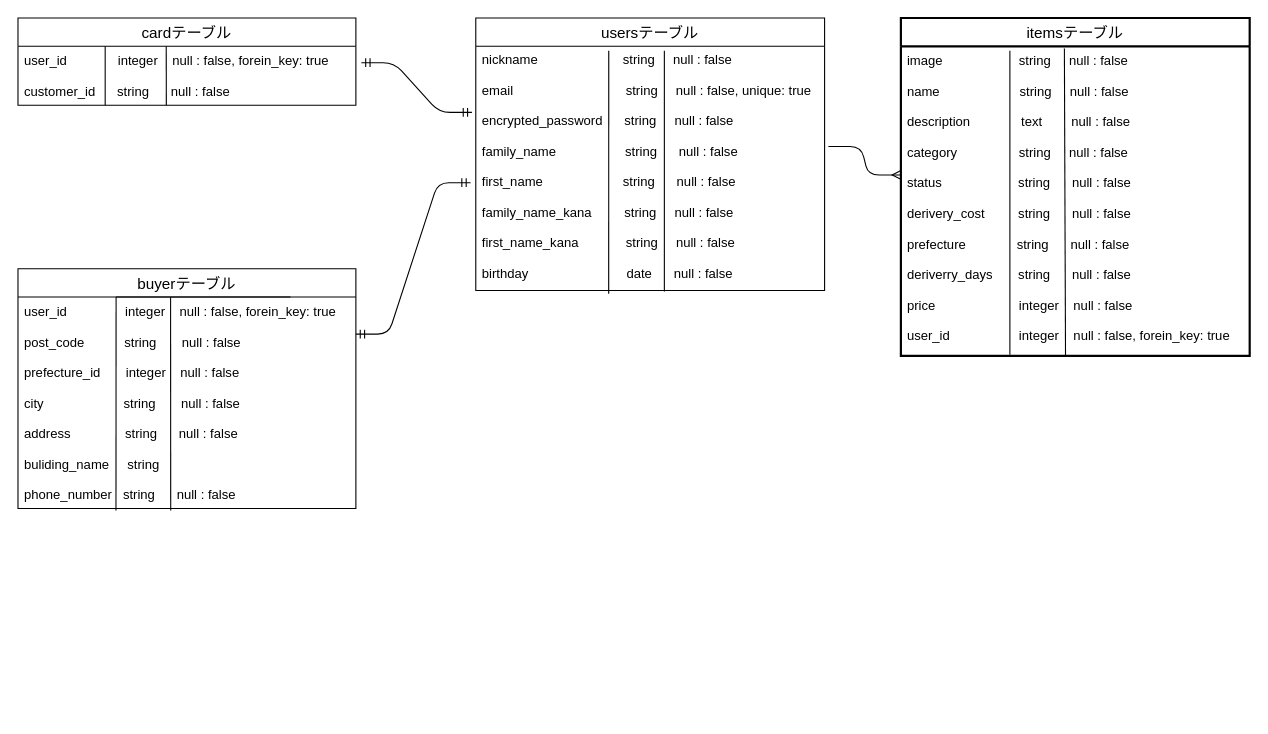
Komty/furima-34555 keeps this draw.io diagram as furima.dio. Above is the earlier version. Source tidied: cells renumbered, new cells numbered last; positions are measured from the earlier drawing's top-left corner, leaving out a move shared by most shapes. Both pictures are drawn from the tidied source at 109%, with x=0, y=0 at pixel (17, 17).
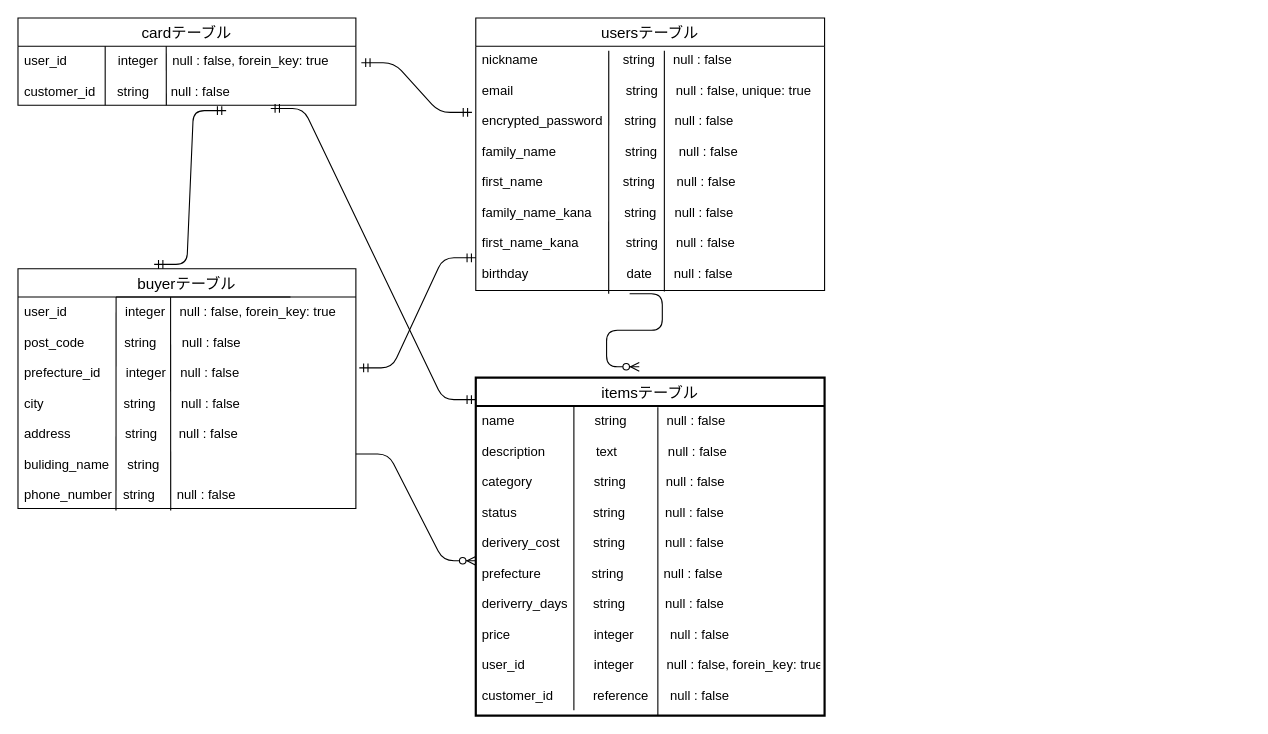
Above is the later version.

Commit message (it also covers changes not shown here):
データベース　修正5

The change refers to these unchanged cells:
```xml
<mxCell id="9" value="user_id              integer    null : false, forein_key: true&#10;&#10;customer_id      string      null : false&#10;            " style="text;strokeColor=none;fillColor=none;spacingLeft=4;spacingRight=4;overflow=hidden;points=[[0,0.5],[1,0.5]];portConstraint=eastwest;fontSize=12;" parent="6" vertex="1">
  <mxGeometry y="26" width="310" height="54" as="geometry" />
</mxCell>
<mxCell id="10" value="buyerテーブル" style="swimlane;fontStyle=0;horizontal=1;startSize=26;align=center;fontSize=14;" parent="1" vertex="1">
  <mxGeometry y="230" width="310" height="220" as="geometry" />
</mxCell>
<mxCell id="14" value="user_id                integer    null : false, forein_key: true  &#10;&#10;post_code           string       null : false&#10;&#10;prefecture_id       integer    null : false&#10;&#10;city                      string       null : false&#10;   &#10;address               string      null : false&#10;  &#10;buliding_name     string   &#10;&#10;phone_number   string      null : false" style="text;strokeColor=none;fillColor=none;spacingLeft=4;spacingRight=4;overflow=hidden;points=[[0,0.5],[1,0.5]];portConstraint=eastwest;fontSize=12;" parent="10" vertex="1">
  <mxGeometry y="26" width="310" height="194" as="geometry" />
</mxCell>
<mxCell id="20" value="nickname  　　　　       string     null : false&#10;&#10;email                               string     null : false, unique: true&#10;&#10;encrypted_password      string     null : false&#10;&#10;family_name                   string      null : false&#10;&#10;first_name                      string      null : false&#10;&#10;family_name_kana         string     null : false&#10;&#10;first_name_kana             string     null : false&#10;&#10;birthday                           date      null : false&#10;&#10;&#10;&#10;&#10;" style="text;strokeColor=none;fillColor=none;spacingLeft=4;spacingRight=4;overflow=hidden;points=[[0,0.5],[1,0.5]];portConstraint=eastwest;fontSize=12;" parent="1" vertex="1">
  <mxGeometry x="420" y="25" width="320" height="224" as="geometry" />
</mxCell>
```

What changed in the source:
```diff
@@
     <mxCell id="3" value="itemsテーブル" style="swimlane;fontStyle=0;horizontal=1;startSize=26;align=center;fontSize=14;strokeWidth=2;" parent="1" vertex="1">
-      <mxGeometry x="810" width="320" height="310" as="geometry" />
+      <mxGeometry x="420" y="330" width="320" height="310" as="geometry" />
     </mxCell>
-    <mxCell id="4" style="endArrow=none;html=1;rounded=0;entryX=0.472;entryY=1.003;entryDx=0;entryDy=0;entryPerimeter=0;" parent="3" edge="1" target="5">
-      <mxGeometry relative="1" as="geometry">
-        <mxPoint x="150" y="28" as="sourcePoint" />
-      </mxGeometry>
-    </mxCell>
+    <mxCell id="22" style="endArrow=none;html=1;rounded=0;exitX=0.522;exitY=0.004;exitDx=0;exitDy=0;exitPerimeter=0;entryX=0.522;entryY=1;entryDx=0;entryDy=0;entryPerimeter=0;" parent="3" edge="1" source="5" target="5">
+      <mxGeometry relative="1" as="geometry" />
+    </mxCell>
-    <mxCell id="5" value="image                     string     null : false&#10;&#10;name                      string     null : false &#10;&#10;description              text        null : false &#10;&#10;category                 string     null : false &#10;&#10;status                     string      null : false&#10;&#10;derivery_cost　　  string      null : false &#10;&#10;prefecture              string      null : false&#10;&#10;deriverry_days       string      null : false&#10;&#10;price                       integer    null : false&#10;&#10;user_id                   integer    null : false, forein_key: true&#10;" style="text;strokeColor=none;fillColor=none;spacingLeft=4;spacingRight=4;overflow=hidden;points=[[0,0.5],[1,0.5]];portConstraint=eastwest;fontSize=12;" parent="3" vertex="1">
+    <mxCell id="5" value="name                      string           null : false &#10;&#10;description              text              null : false &#10;&#10;category                 string           null : false &#10;&#10;status                     string           null : false&#10;&#10;derivery_cost　　  string           null : false &#10;&#10;prefecture              string           null : false&#10;&#10;deriverry_days       string           null : false&#10;&#10;price                       integer          null : false&#10;&#10;user_id                   integer         null : false, forein_key: true&#10;&#10;customer_id           reference      null : false&#10;" style="text;strokeColor=none;fillColor=none;spacingLeft=4;spacingRight=4;overflow=hidden;points=[[0,0.5],[1,0.5]];portConstraint=eastwest;fontSize=12;" parent="3" vertex="1">
       <mxGeometry y="26" width="320" height="284" as="geometry" />
     </mxCell>
+    <mxCell id="18" style="endArrow=none;html=1;rounded=0;" parent="3" edge="1">
+      <mxGeometry relative="1" as="geometry">
+        <mxPoint x="90" y="26" as="sourcePoint" />
+        <mxPoint x="90" y="305" as="targetPoint" />
+      </mxGeometry>
+    </mxCell>
@@
-    <mxCell id="15" style="edgeStyle=entityRelationEdgeStyle;fontSize=12;html=1;endArrow=ERmandOne;startArrow=ERmandOne;entryX=-0.015;entryY=0.563;entryDx=0;entryDy=0;entryPerimeter=0;" parent="1" edge="1" target="20">
-      <mxGeometry relative="1" as="geometry">
-        <mxPoint x="310" y="290" as="sourcePoint" />
-      </mxGeometry>
-    </mxCell>
@@
-    <mxCell id="17" style="edgeStyle=entityRelationEdgeStyle;fontSize=12;html=1;endArrow=ERmany;exitX=1.011;exitY=0.415;exitDx=0;exitDy=0;exitPerimeter=0;" parent="1" edge="1" source="20">
-      <mxGeometry relative="1" as="geometry">
-        <mxPoint x="810" y="144" as="targetPoint" />
-      </mxGeometry>
-    </mxCell>
-    <mxCell id="18" style="endArrow=none;html=1;rounded=0;" parent="1" edge="1">
-      <mxGeometry relative="1" as="geometry">
-        <mxPoint x="910" y="30" as="sourcePoint" />
-        <mxPoint x="910" y="309" as="targetPoint" />
-      </mxGeometry>
-    </mxCell>
@@
+    <mxCell id="23" style="edgeStyle=entityRelationEdgeStyle;fontSize=12;html=1;endArrow=ERmandOne;startArrow=ERmandOne;entryX=0.616;entryY=1.093;entryDx=0;entryDy=0;entryPerimeter=0;exitX=0.403;exitY=-0.018;exitDx=0;exitDy=0;exitPerimeter=0;" parent="1" edge="1" source="10" target="9">
+      <mxGeometry relative="1" as="geometry" />
+    </mxCell>
+    <mxCell id="24" style="edgeStyle=entityRelationEdgeStyle;fontSize=12;html=1;endArrow=ERzeroToMany;endFill=1;exitX=0.441;exitY=1.018;exitDx=0;exitDy=0;exitPerimeter=0;" parent="1" edge="1" source="20">
+      <mxGeometry relative="1" as="geometry">
+        <mxPoint x="570" y="320" as="targetPoint" />
+      </mxGeometry>
+    </mxCell>
+    <mxCell id="25" style="edgeStyle=entityRelationEdgeStyle;fontSize=12;html=1;endArrow=ERzeroToMany;endFill=1;" parent="1" edge="1" target="5">
+      <mxGeometry relative="1" as="geometry">
+        <mxPoint x="310" y="400" as="sourcePoint" />
+      </mxGeometry>
+    </mxCell>
+    <mxCell id="26" style="edgeStyle=entityRelationEdgeStyle;fontSize=12;html=1;endArrow=ERmandOne;startArrow=ERmandOne;entryX=0;entryY=0.065;entryDx=0;entryDy=0;entryPerimeter=0;exitX=0.748;exitY=1.056;exitDx=0;exitDy=0;exitPerimeter=0;" parent="1" edge="1" source="9" target="3">
+      <mxGeometry relative="1" as="geometry" />
+    </mxCell>
+    <mxCell id="27" style="edgeStyle=entityRelationEdgeStyle;fontSize=12;html=1;endArrow=ERmandOne;startArrow=ERmandOne;exitX=1.01;exitY=0.335;exitDx=0;exitDy=0;exitPerimeter=0;" parent="1" edge="1" source="14">
+      <mxGeometry relative="1" as="geometry">
+        <mxPoint x="420" y="220" as="targetPoint" />
+      </mxGeometry>
+    </mxCell>
```
